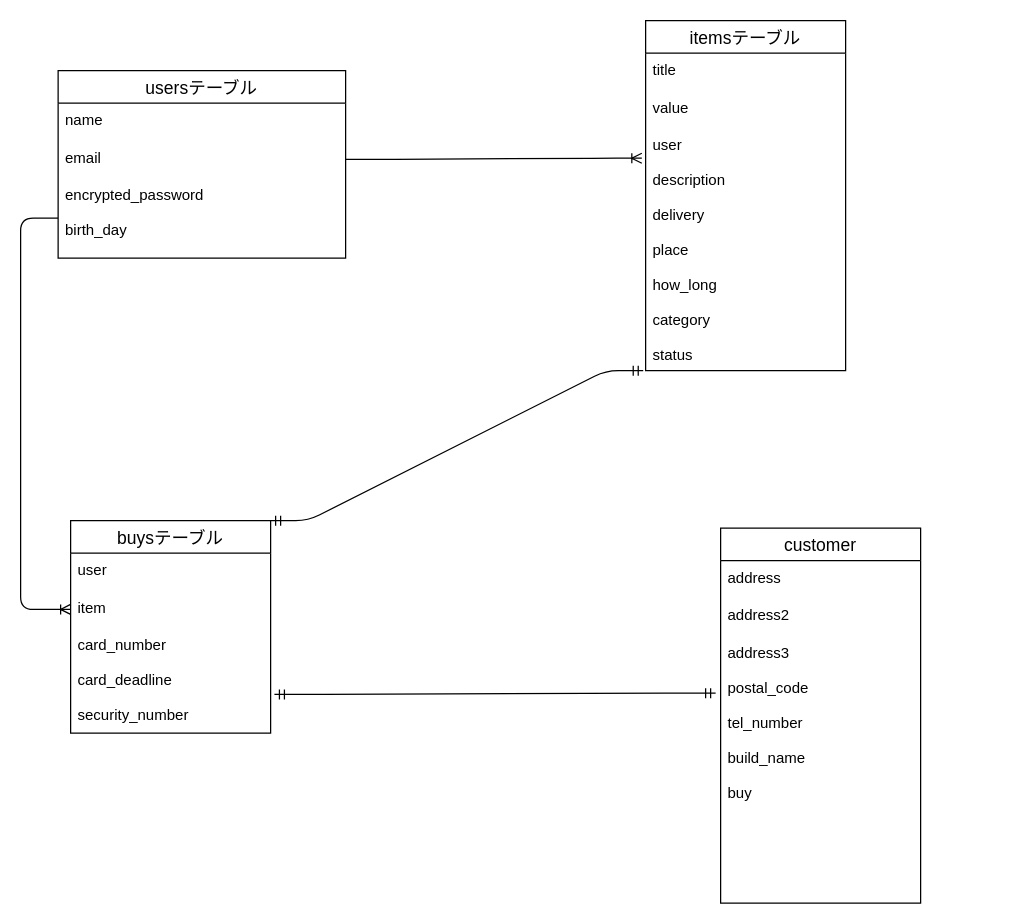
Before: furima.dio in pakkiii/furima-35035, a draw.io diagram. Source tidied: cells renumbered, new cells numbered last; positions are measured from the earlier drawing's top-left corner, leaving out a move shared by most shapes. Both pictures are drawn from the tidied source at 125%, with x=0, y=0 at pixel (20, 20).
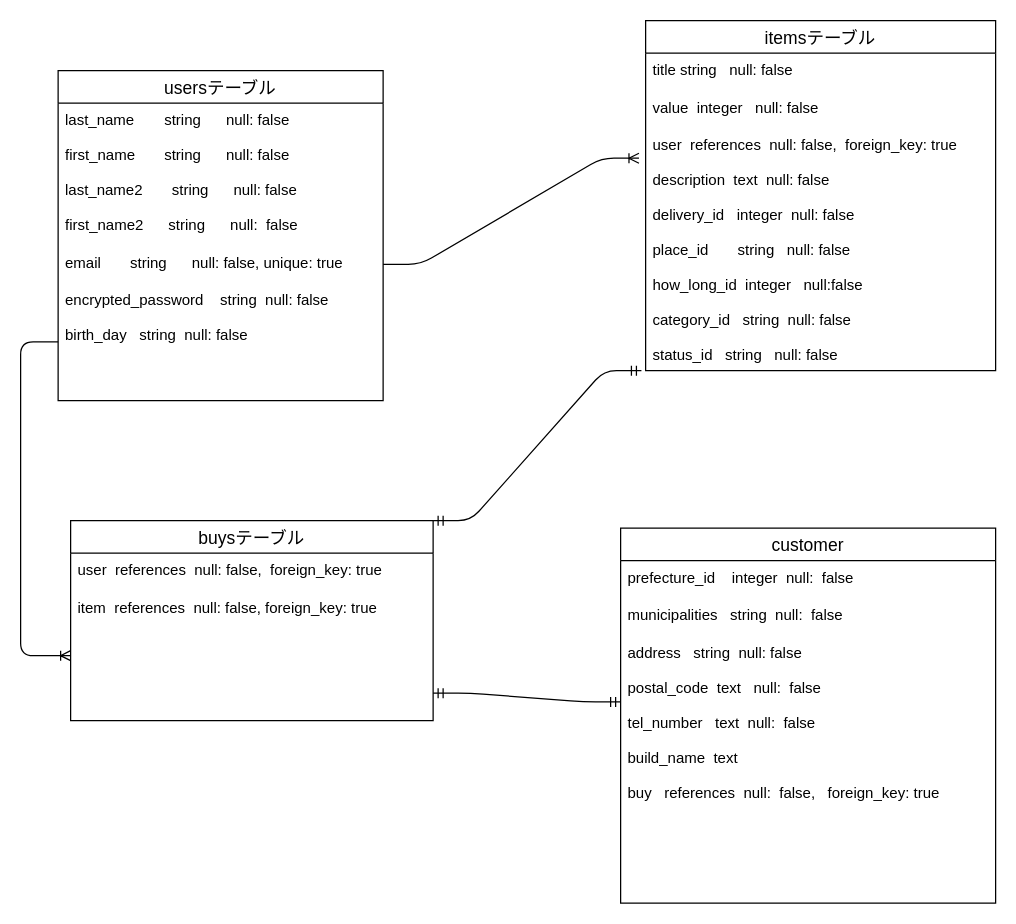
After the change.

The edit, as a diff of the source:
```diff
@@
     <mxCell id="2" value="usersテーブル" style="swimlane;fontStyle=0;horizontal=1;startSize=26;align=center;fontSize=14;" parent="1" vertex="1">
-      <mxGeometry x="30" y="40" width="230" height="150" as="geometry" />
+      <mxGeometry x="30" y="40" width="260" height="264" as="geometry" />
     </mxCell>
-    <mxCell id="3" value="name" style="text;strokeColor=none;fillColor=none;spacingLeft=4;spacingRight=4;overflow=hidden;fontSize=12;" parent="2" vertex="1">
-      <mxGeometry y="26" width="230" height="30" as="geometry" />
+    <mxCell id="3" value="last_name　　string      null: false&#10;&#10;first_name       string      null: false&#10;&#10;last_name2       string      null: false&#10;&#10;first_name2      string      null:  false&#10;" style="text;strokeColor=none;fillColor=none;spacingLeft=4;spacingRight=4;overflow=hidden;fontSize=12;" parent="2" vertex="1">
+      <mxGeometry y="26" width="260" height="114" as="geometry" />
     </mxCell>
-    <mxCell id="4" value="email" style="text;strokeColor=none;fillColor=none;spacingLeft=4;spacingRight=4;overflow=hidden;points=[[0,0.5],[1,0.5]];portConstraint=eastwest;fontSize=12;" parent="2" vertex="1">
-      <mxGeometry y="56" width="230" height="30" as="geometry" />
+    <mxCell id="4" value="email       string      null: false, unique: true" style="text;strokeColor=none;fillColor=none;spacingLeft=4;spacingRight=4;overflow=hidden;points=[[0,0.5],[1,0.5]];portConstraint=eastwest;fontSize=12;" parent="2" vertex="1">
+      <mxGeometry y="140" width="260" height="30" as="geometry" />
     </mxCell>
-    <mxCell id="5" value="encrypted_password&#10;&#10;birth_day&#10;" style="text;strokeColor=none;fillColor=none;spacingLeft=4;spacingRight=4;overflow=hidden;points=[[0,0.5],[1,0.5]];portConstraint=eastwest;fontSize=12;" parent="2" vertex="1">
-      <mxGeometry y="86" width="230" height="64" as="geometry" />
+    <mxCell id="5" value="encrypted_password    string  null: false&#10;&#10;birth_day   string  null: false&#10;" style="text;strokeColor=none;fillColor=none;spacingLeft=4;spacingRight=4;overflow=hidden;points=[[0,0.5],[1,0.5]];portConstraint=eastwest;fontSize=12;" parent="2" vertex="1">
+      <mxGeometry y="170" width="260" height="94" as="geometry" />
     </mxCell>
     <mxCell id="6" value="itemsテーブル" style="swimlane;fontStyle=0;horizontal=1;startSize=26;align=center;fontSize=14;" parent="1" vertex="1">
-      <mxGeometry x="500" width="160" height="280" as="geometry" />
+      <mxGeometry x="500" width="280" height="280" as="geometry" />
     </mxCell>
-    <mxCell id="7" value="title" style="text;strokeColor=none;fillColor=none;spacingLeft=4;spacingRight=4;overflow=hidden;fontSize=12;" parent="6" vertex="1">
-      <mxGeometry y="26" width="160" height="30" as="geometry" />
+    <mxCell id="7" value="title string   null: false" style="text;strokeColor=none;fillColor=none;spacingLeft=4;spacingRight=4;overflow=hidden;fontSize=12;" parent="6" vertex="1">
+      <mxGeometry y="26" width="280" height="30" as="geometry" />
     </mxCell>
-    <mxCell id="8" value="value" style="text;strokeColor=none;fillColor=none;spacingLeft=4;spacingRight=4;overflow=hidden;fontSize=12;" parent="6" vertex="1">
-      <mxGeometry y="56" width="160" height="30" as="geometry" />
+    <mxCell id="8" value="value  integer   null: false" style="text;strokeColor=none;fillColor=none;spacingLeft=4;spacingRight=4;overflow=hidden;fontSize=12;" parent="6" vertex="1">
+      <mxGeometry y="56" width="280" height="30" as="geometry" />
     </mxCell>
-    <mxCell id="9" value="user&#10;&#10;description&#10;&#10;delivery&#10;&#10;place&#10;&#10;how_long&#10;&#10;category&#10;&#10;status" style="text;strokeColor=none;fillColor=none;spacingLeft=4;spacingRight=4;overflow=hidden;points=[[0,0.5],[1,0.5]];portConstraint=eastwest;fontSize=12;" parent="6" vertex="1">
-      <mxGeometry y="86" width="160" height="194" as="geometry" />
+    <mxCell id="9" value="user  references  null: false,  foreign_key: true&#10;&#10;description  text  null: false&#10;&#10;delivery_id   integer  null: false&#10;&#10;place_id       string   null: false&#10;&#10;how_long_id  integer   null:false&#10;&#10;category_id   string  null: false&#10;&#10;status_id   string   null: false" style="text;strokeColor=none;fillColor=none;spacingLeft=4;spacingRight=4;overflow=hidden;points=[[0,0.5],[1,0.5]];portConstraint=eastwest;fontSize=12;" parent="6" vertex="1">
+      <mxGeometry y="86" width="280" height="194" as="geometry" />
     </mxCell>
     <mxCell id="10" value="buysテーブル" style="swimlane;fontStyle=0;horizontal=1;startSize=26;align=center;fontSize=14;" parent="1" vertex="1">
-      <mxGeometry x="40" y="400" width="160" height="170" as="geometry" />
+      <mxGeometry x="40" y="400" width="290" height="160" as="geometry" />
     </mxCell>
-    <mxCell id="11" value="user" style="text;strokeColor=none;fillColor=none;spacingLeft=4;spacingRight=4;overflow=hidden;fontSize=12;" parent="10" vertex="1">
-      <mxGeometry y="26" width="160" height="30" as="geometry" />
+    <mxCell id="11" value="user  references  null: false,  foreign_key: true" style="text;strokeColor=none;fillColor=none;spacingLeft=4;spacingRight=4;overflow=hidden;fontSize=12;" parent="10" vertex="1">
+      <mxGeometry y="26" width="290" height="30" as="geometry" />
     </mxCell>
-    <mxCell id="12" value="item" style="text;strokeColor=none;fillColor=none;spacingLeft=4;spacingRight=4;overflow=hidden;points=[[0,0.5],[1,0.5]];portConstraint=eastwest;fontSize=12;" parent="10" vertex="1">
-      <mxGeometry y="56" width="160" height="30" as="geometry" />
+    <mxCell id="12" value="item  references  null: false, foreign_key: true" style="text;strokeColor=none;fillColor=none;spacingLeft=4;spacingRight=4;overflow=hidden;points=[[0,0.5],[1,0.5]];portConstraint=eastwest;fontSize=12;" parent="10" vertex="1">
+      <mxGeometry y="56" width="290" height="104" as="geometry" />
     </mxCell>
-    <mxCell id="13" value="card_number&#10;&#10;card_deadline&#10;&#10;security_number" style="text;strokeColor=none;fillColor=none;spacingLeft=4;spacingRight=4;overflow=hidden;points=[[0,0.5],[1,0.5]];portConstraint=eastwest;fontSize=12;" parent="10" vertex="1">
-      <mxGeometry y="86" width="160" height="84" as="geometry" />
-    </mxCell>
     <mxCell id="14" value="customer" style="swimlane;fontStyle=0;horizontal=1;startSize=26;align=center;fontSize=14;" parent="1" vertex="1">
-      <mxGeometry x="560" y="406" width="160" height="300" as="geometry" />
+      <mxGeometry x="480" y="406" width="300" height="300" as="geometry" />
     </mxCell>
-    <mxCell id="15" value="address" style="text;strokeColor=none;fillColor=none;spacingLeft=4;spacingRight=4;overflow=hidden;fontSize=12;" parent="14" vertex="1">
-      <mxGeometry y="26" width="160" height="30" as="geometry" />
+    <mxCell id="15" value="prefecture_id    integer  null:  false" style="text;strokeColor=none;fillColor=none;spacingLeft=4;spacingRight=4;overflow=hidden;fontSize=12;" parent="14" vertex="1">
+      <mxGeometry y="26" width="300" height="30" as="geometry" />
     </mxCell>
-    <mxCell id="16" value="address2" style="text;strokeColor=none;fillColor=none;spacingLeft=4;spacingRight=4;overflow=hidden;fontSize=12;" parent="14" vertex="1">
-      <mxGeometry y="56" width="160" height="30" as="geometry" />
+    <mxCell id="16" value="municipalities   string  null:  false" style="text;strokeColor=none;fillColor=none;spacingLeft=4;spacingRight=4;overflow=hidden;fontSize=12;" parent="14" vertex="1">
+      <mxGeometry y="56" width="300" height="30" as="geometry" />
     </mxCell>
-    <mxCell id="17" value="address3&#10;&#10;postal_code&#10;&#10;tel_number&#10;&#10;build_name&#10;&#10;buy" style="text;strokeColor=none;fillColor=none;spacingLeft=4;spacingRight=4;overflow=hidden;points=[[0,0.5],[1,0.5]];portConstraint=eastwest;fontSize=12;" parent="14" vertex="1">
-      <mxGeometry y="86" width="160" height="214" as="geometry" />
+    <mxCell id="17" value="address   string  null: false&#10;&#10;postal_code  text   null:  false&#10;&#10;tel_number   text  null:  false&#10;&#10;build_name  text  &#10;&#10;buy   references  null:  false,   foreign_key: true" style="text;strokeColor=none;fillColor=none;spacingLeft=4;spacingRight=4;overflow=hidden;points=[[0,0.5],[1,0.5]];portConstraint=eastwest;fontSize=12;" parent="14" vertex="1">
+      <mxGeometry y="86" width="300" height="214" as="geometry" />
     </mxCell>
-    <mxCell id="18" style="edgeStyle=entityRelationEdgeStyle;fontSize=12;html=1;endArrow=ERmandOne;startArrow=ERmandOne;exitX=1.019;exitY=0.631;exitDx=0;exitDy=0;exitPerimeter=0;entryX=-0.025;entryY=0.215;entryDx=0;entryDy=0;entryPerimeter=0;" parent="1" edge="1" source="13" target="17">
-      <mxGeometry relative="1" as="geometry" />
+    <mxCell id="18" style="edgeStyle=entityRelationEdgeStyle;fontSize=12;html=1;endArrow=ERmandOne;startArrow=ERmandOne;entryX=0;entryY=0.248;entryDx=0;entryDy=0;entryPerimeter=0;" parent="1" edge="1" target="17">
+      <mxGeometry relative="1" as="geometry">
+        <mxPoint x="330" y="538" as="sourcePoint" />
+      </mxGeometry>
     </mxCell>
```
